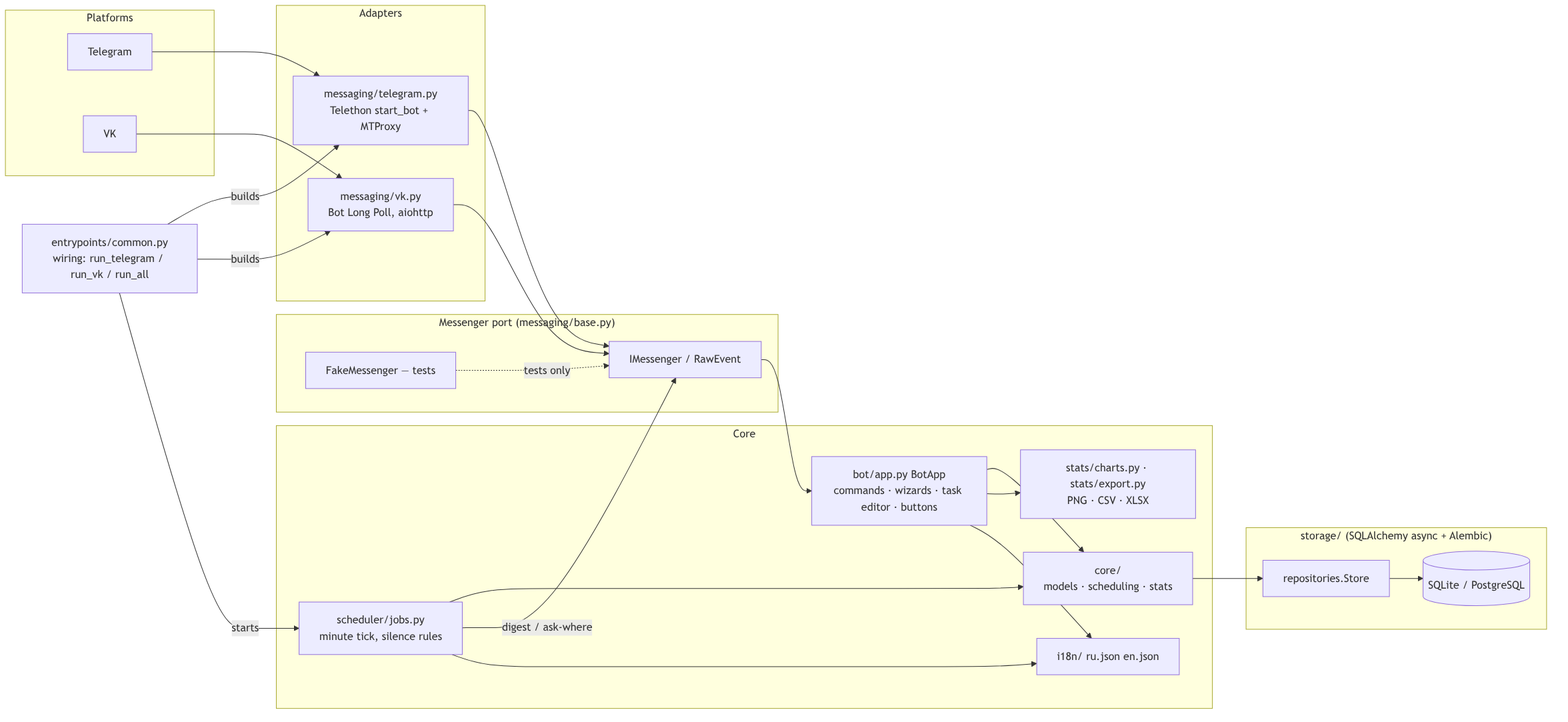
edombek/taskshed keeps this Mermaid diagram as docs/diagrams/architecture.png. Above is the earlier version. Its source is kept beside it as docs/diagrams/architecture.mmd.
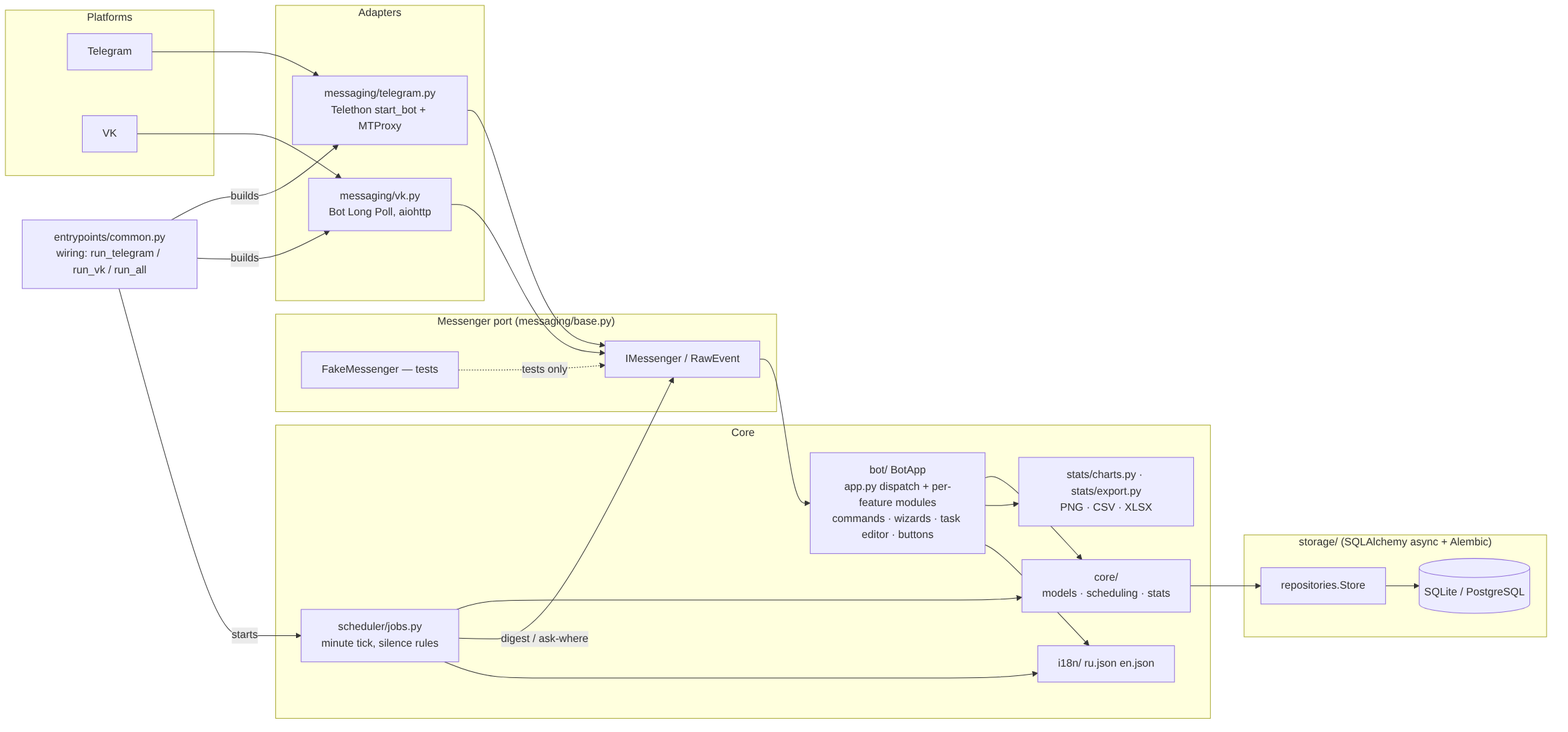
Later version of the same file.

Change to the diagram source:
```diff
@@ -17,7 +17,7 @@
     end
 
     subgraph Core
-        H[bot/app.py BotApp<br/>commands · wizards · task editor · buttons]
+        H[bot/ BotApp<br/>app.py dispatch + per-feature modules<br/>commands · wizards · task editor · buttons]
         C[core/<br/>models · scheduling · stats]
         S[scheduler/jobs.py<br/>minute tick, silence rules]
         ST[stats/charts.py · stats/export.py<br/>PNG · CSV · XLSX]
```
